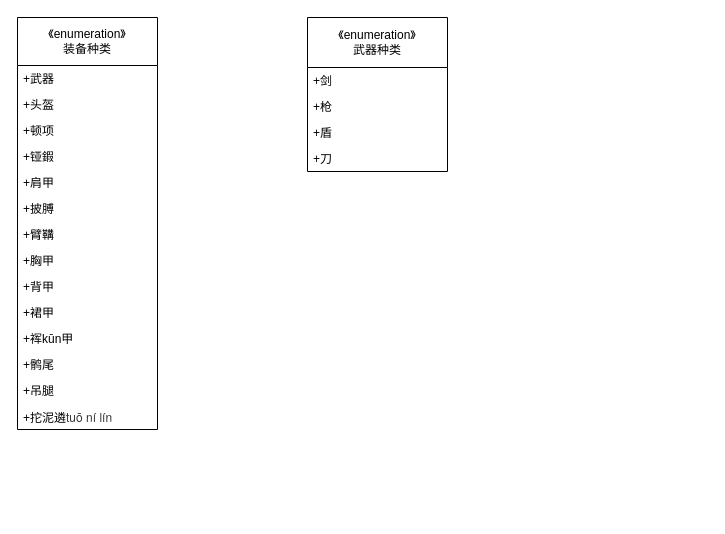
This is page "Enumeration" (3 of 3) of Drawio/class-diagram.drawio from lvxingzhe32/IDLE-Game, a draw.io file, before an edit. Source tidied: cells renumbered, new cells numbered last; positions are measured from the earlier drawing's top-left corner, leaving out a move shared by most shapes. Both pictures are drawn from the tidied source at 100%, with x=0, y=0 at pixel (17, 17).
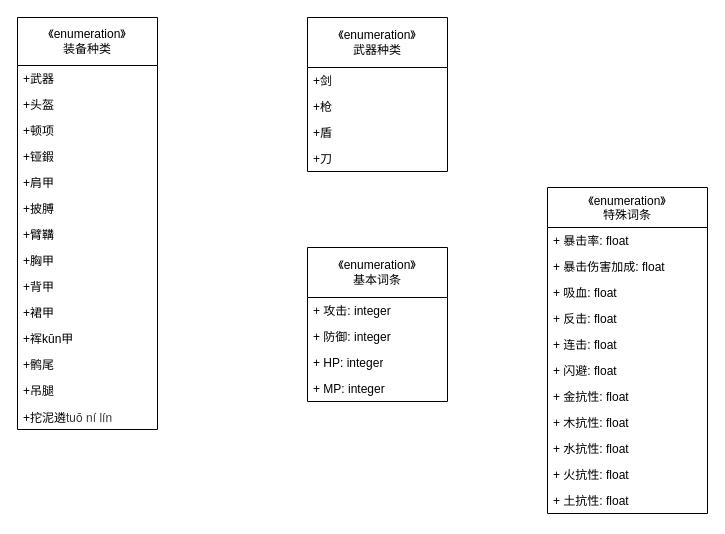
Above is the later version.

Diff of the diagram source:
```diff
@@
+    <mxCell id="22" value="《enumeration》&lt;div&gt;基本词条&lt;/div&gt;" style="swimlane;fontStyle=0;horizontal=1;startSize=50;fillColor=none;whiteSpace=wrap;html=1;" parent="1" vertex="1">
+      <mxGeometry x="290" y="230" width="140" height="154" as="geometry" />
+    </mxCell>
+    <mxCell id="23" value="+ 攻击: integer" style="text;strokeColor=none;fillColor=none;align=left;verticalAlign=top;spacingLeft=4;spacingRight=4;overflow=hidden;whiteSpace=wrap;html=1;" parent="22" vertex="1">
+      <mxGeometry y="50" width="140" height="26" as="geometry" />
+    </mxCell>
+    <mxCell id="24" value="+ 防御: integer" style="text;strokeColor=none;fillColor=none;align=left;verticalAlign=top;spacingLeft=4;spacingRight=4;overflow=hidden;whiteSpace=wrap;html=1;" parent="22" vertex="1">
+      <mxGeometry y="76" width="140" height="26" as="geometry" />
+    </mxCell>
+    <mxCell id="25" value="+ HP: integer" style="text;strokeColor=none;fillColor=none;align=left;verticalAlign=top;spacingLeft=4;spacingRight=4;overflow=hidden;whiteSpace=wrap;html=1;" parent="22" vertex="1">
+      <mxGeometry y="102" width="140" height="26" as="geometry" />
+    </mxCell>
+    <mxCell id="26" value="+ MP: integer" style="text;strokeColor=none;fillColor=none;align=left;verticalAlign=top;spacingLeft=4;spacingRight=4;overflow=hidden;whiteSpace=wrap;html=1;" parent="22" vertex="1">
+      <mxGeometry y="128" width="140" height="26" as="geometry" />
+    </mxCell>
+    <mxCell id="27" value="&lt;span style=&quot;font-weight: 400;&quot;&gt;《enumeration》&lt;/span&gt;&lt;div style=&quot;font-weight: 400;&quot;&gt;特殊词条&lt;/div&gt;" style="swimlane;fontStyle=1;align=center;verticalAlign=top;horizontal=1;startSize=40;whiteSpace=wrap;html=1;" parent="1" vertex="1">
+      <mxGeometry x="530" y="170" width="160" height="326" as="geometry" />
+    </mxCell>
+    <mxCell id="28" value="+ 暴击率: float" style="text;strokeColor=none;fillColor=none;align=left;verticalAlign=top;spacingLeft=4;spacingRight=4;overflow=hidden;whiteSpace=wrap;html=1;" parent="27" vertex="1">
+      <mxGeometry y="40" width="160" height="26" as="geometry" />
+    </mxCell>
+    <mxCell id="29" value="+ 暴击伤害加成: float" style="text;strokeColor=none;fillColor=none;align=left;verticalAlign=top;spacingLeft=4;spacingRight=4;overflow=hidden;whiteSpace=wrap;html=1;" parent="27" vertex="1">
+      <mxGeometry y="66" width="160" height="26" as="geometry" />
+    </mxCell>
+    <mxCell id="30" value="+ 吸血: float" style="text;strokeColor=none;fillColor=none;align=left;verticalAlign=top;spacingLeft=4;spacingRight=4;overflow=hidden;whiteSpace=wrap;html=1;" parent="27" vertex="1">
+      <mxGeometry y="92" width="160" height="26" as="geometry" />
+    </mxCell>
+    <mxCell id="31" value="+ 反击: float" style="text;strokeColor=none;fillColor=none;align=left;verticalAlign=top;spacingLeft=4;spacingRight=4;overflow=hidden;whiteSpace=wrap;html=1;" parent="27" vertex="1">
+      <mxGeometry y="118" width="160" height="26" as="geometry" />
+    </mxCell>
+    <mxCell id="32" value="+ 连击: float" style="text;strokeColor=none;fillColor=none;align=left;verticalAlign=top;spacingLeft=4;spacingRight=4;overflow=hidden;whiteSpace=wrap;html=1;" parent="27" vertex="1">
+      <mxGeometry y="144" width="160" height="26" as="geometry" />
+    </mxCell>
+    <mxCell id="33" value="+ 闪避: float" style="text;strokeColor=none;fillColor=none;align=left;verticalAlign=top;spacingLeft=4;spacingRight=4;overflow=hidden;whiteSpace=wrap;html=1;" parent="27" vertex="1">
+      <mxGeometry y="170" width="160" height="26" as="geometry" />
+    </mxCell>
+    <mxCell id="34" value="+ 金抗性: float" style="text;strokeColor=none;fillColor=none;align=left;verticalAlign=top;spacingLeft=4;spacingRight=4;overflow=hidden;whiteSpace=wrap;html=1;" parent="27" vertex="1">
+      <mxGeometry y="196" width="160" height="26" as="geometry" />
+    </mxCell>
+    <mxCell id="35" value="+ 木抗性: float" style="text;strokeColor=none;fillColor=none;align=left;verticalAlign=top;spacingLeft=4;spacingRight=4;overflow=hidden;whiteSpace=wrap;html=1;" parent="27" vertex="1">
+      <mxGeometry y="222" width="160" height="26" as="geometry" />
+    </mxCell>
+    <mxCell id="36" value="+ 水抗性: float" style="text;strokeColor=none;fillColor=none;align=left;verticalAlign=top;spacingLeft=4;spacingRight=4;overflow=hidden;whiteSpace=wrap;html=1;" parent="27" vertex="1">
+      <mxGeometry y="248" width="160" height="26" as="geometry" />
+    </mxCell>
+    <mxCell id="37" value="+ 火抗性: float" style="text;strokeColor=none;fillColor=none;align=left;verticalAlign=top;spacingLeft=4;spacingRight=4;overflow=hidden;whiteSpace=wrap;html=1;" parent="27" vertex="1">
+      <mxGeometry y="274" width="160" height="26" as="geometry" />
+    </mxCell>
+    <mxCell id="38" value="+ 土抗性: float" style="text;strokeColor=none;fillColor=none;align=left;verticalAlign=top;spacingLeft=4;spacingRight=4;overflow=hidden;whiteSpace=wrap;html=1;" parent="27" vertex="1">
+      <mxGeometry y="300" width="160" height="26" as="geometry" />
+    </mxCell>
```
